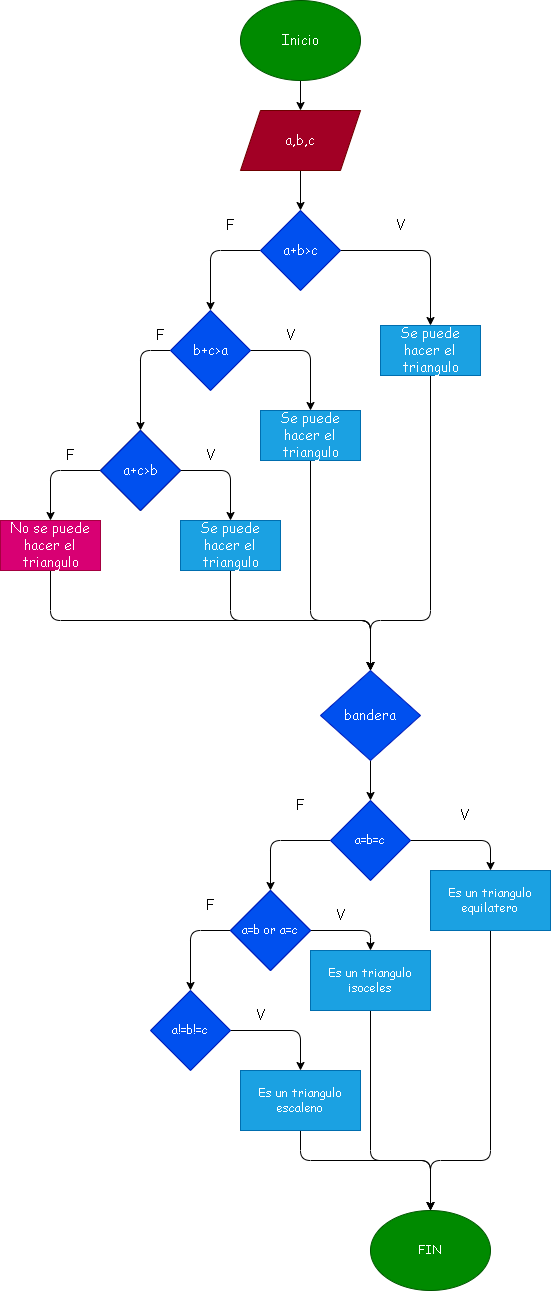
Above: 3. Triangulo_equilatero_isoceles_escaleno/diagrama.png in JuanPabloBallesterosMaciasUis/Ejercicios-de-los-triangulos (draw.io), before the change. Source tidied: cells renumbered, new cells last; positions are measured from the earlier drawing's top-left corner, leaving out a move shared by most shapes.
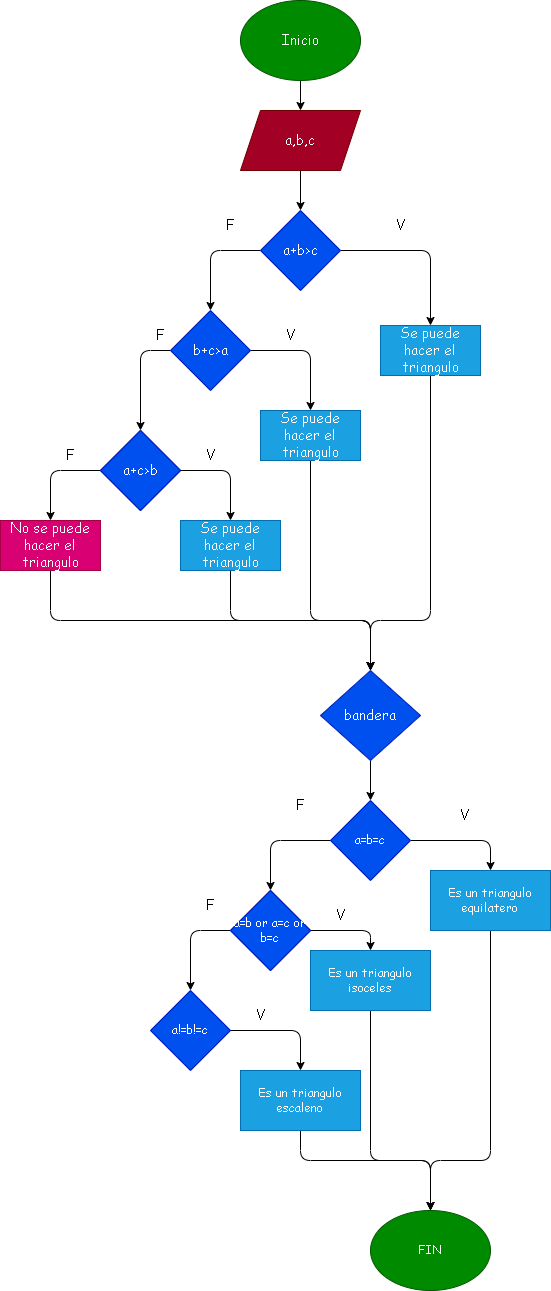
Above is the later version.

Diff of the diagram source:
```diff
@@ -219,7 +219,7 @@
     <mxCell id="47" value="Es un triangulo escaleno" style="rounded=0;whiteSpace=wrap;html=1;fillColor=#1ba1e2;fontColor=#ffffff;strokeColor=#006EAF;fontFamily=Comic Sans MS;" parent="1" vertex="1">
       <mxGeometry x="240" y="1070" width="120" height="60" as="geometry" />
     </mxCell>
-    <mxCell id="48" value="a=b or a=c" style="rhombus;whiteSpace=wrap;html=1;fillColor=#0050ef;fontColor=#ffffff;strokeColor=#001DBC;fontFamily=Comic Sans MS;" parent="1" vertex="1">
+    <mxCell id="48" value="a=b or a=c or b=c" style="rhombus;whiteSpace=wrap;html=1;fillColor=#0050ef;fontColor=#ffffff;strokeColor=#001DBC;fontFamily=Comic Sans MS;" parent="1" vertex="1">
       <mxGeometry x="230" y="890" width="80" height="80" as="geometry" />
     </mxCell>
     <mxCell id="49" value="FIN" style="ellipse;whiteSpace=wrap;html=1;fontFamily=Comic Sans MS;fillColor=#008a00;fontColor=#ffffff;strokeColor=#005700;" parent="1" vertex="1">
```
